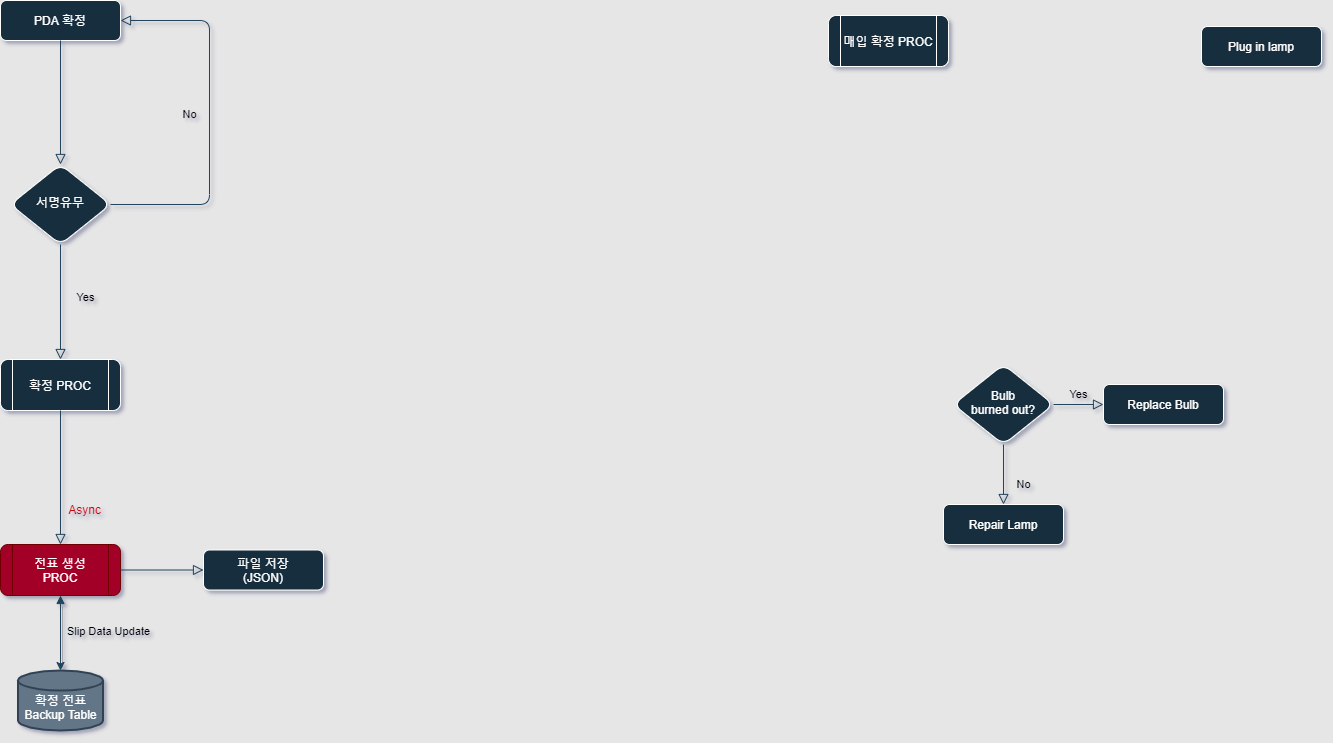
Earlier version of the draw.io export New PDA Confrim.png (seunggeunjo/Flow-Chart). Source tidied: cells renumbered, new cells last; positions are measured from the earlier drawing's top-left corner, leaving out a move shared by most shapes.
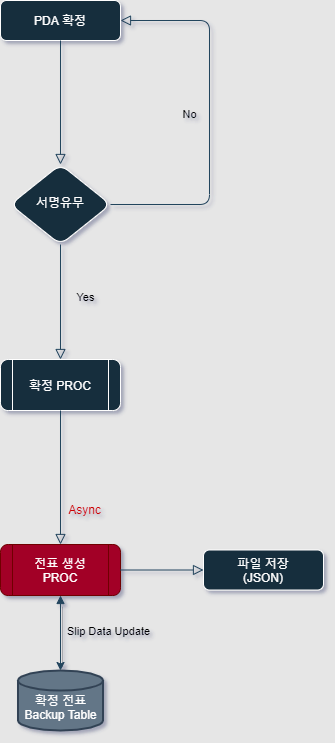
Later version of the same file.

Change to the diagram source:
```diff
@@ -8,27 +8,6 @@
     <mxCell id="3" value="서명유무" style="rhombus;whiteSpace=wrap;html=1;shadow=0;fontFamily=Helvetica;fontSize=12;align=center;strokeWidth=1;spacing=6;spacingTop=-4;fillColor=#182E3E;strokeColor=#FFFFFF;fontColor=#FFFFFF;rounded=1;" parent="1" vertex="1">
       <mxGeometry x="10" y="164" width="100" height="80" as="geometry" />
     </mxCell>
-    <mxCell id="4" value="Plug in lamp" style="whiteSpace=wrap;html=1;fontSize=12;glass=0;strokeWidth=1;shadow=0;fillColor=#182E3E;strokeColor=#FFFFFF;fontColor=#FFFFFF;rounded=1;" parent="1" vertex="1">
-      <mxGeometry x="1201" y="26" width="120" height="40" as="geometry" />
-    </mxCell>
-    <mxCell id="5" value="No" style="html=1;jettySize=auto;fontSize=11;endArrow=block;endFill=0;endSize=8;strokeWidth=1;shadow=0;labelBackgroundColor=none;edgeStyle=orthogonalEdgeStyle;strokeColor=#23445D;" parent="1" edge="1" source="7" target="8">
-      <mxGeometry x="0.33" y="20" relative="1" as="geometry" />
-    </mxCell>
-    <mxCell id="6" value="Yes" style="edgeStyle=orthogonalEdgeStyle;html=1;jettySize=auto;fontSize=11;endArrow=block;endFill=0;endSize=8;strokeWidth=1;shadow=0;labelBackgroundColor=none;strokeColor=#23445D;" parent="1" edge="1" source="7" target="9">
-      <mxGeometry y="10" relative="1" as="geometry" />
-    </mxCell>
-    <mxCell id="7" value="Bulb&lt;br&gt;burned out?" style="rhombus;whiteSpace=wrap;html=1;shadow=0;fontFamily=Helvetica;fontSize=12;align=center;strokeWidth=1;spacing=6;spacingTop=-4;fillColor=#182E3E;strokeColor=#FFFFFF;fontColor=#FFFFFF;rounded=1;" parent="1" vertex="1">
-      <mxGeometry x="953" y="364" width="100" height="80" as="geometry" />
-    </mxCell>
-    <mxCell id="8" value="Repair Lamp" style="whiteSpace=wrap;html=1;fontSize=12;glass=0;strokeWidth=1;shadow=0;fillColor=#182E3E;strokeColor=#FFFFFF;fontColor=#FFFFFF;rounded=1;" parent="1" vertex="1">
-      <mxGeometry x="943" y="504" width="120" height="40" as="geometry" />
-    </mxCell>
-    <mxCell id="9" value="Replace Bulb" style="whiteSpace=wrap;html=1;fontSize=12;glass=0;strokeWidth=1;shadow=0;fillColor=#182E3E;strokeColor=#FFFFFF;fontColor=#FFFFFF;rounded=1;" parent="1" vertex="1">
-      <mxGeometry x="1103" y="384" width="120" height="40" as="geometry" />
-    </mxCell>
-    <mxCell id="10" value="매입 확정 PROC" style="shape=process;whiteSpace=wrap;html=1;backgroundOutline=1;fillColor=#182E3E;strokeColor=#FFFFFF;fontColor=#FFFFFF;rounded=1;" parent="1" vertex="1">
-      <mxGeometry x="828" y="15" width="120" height="51" as="geometry" />
-    </mxCell>
     <mxCell id="11" value="확정 PROC" style="shape=process;whiteSpace=wrap;html=1;backgroundOutline=1;fillColor=#182E3E;strokeColor=#FFFFFF;fontColor=#FFFFFF;rounded=1;" parent="1" vertex="1">
       <mxGeometry y="359" width="120" height="51" as="geometry" />
     </mxCell>
```
